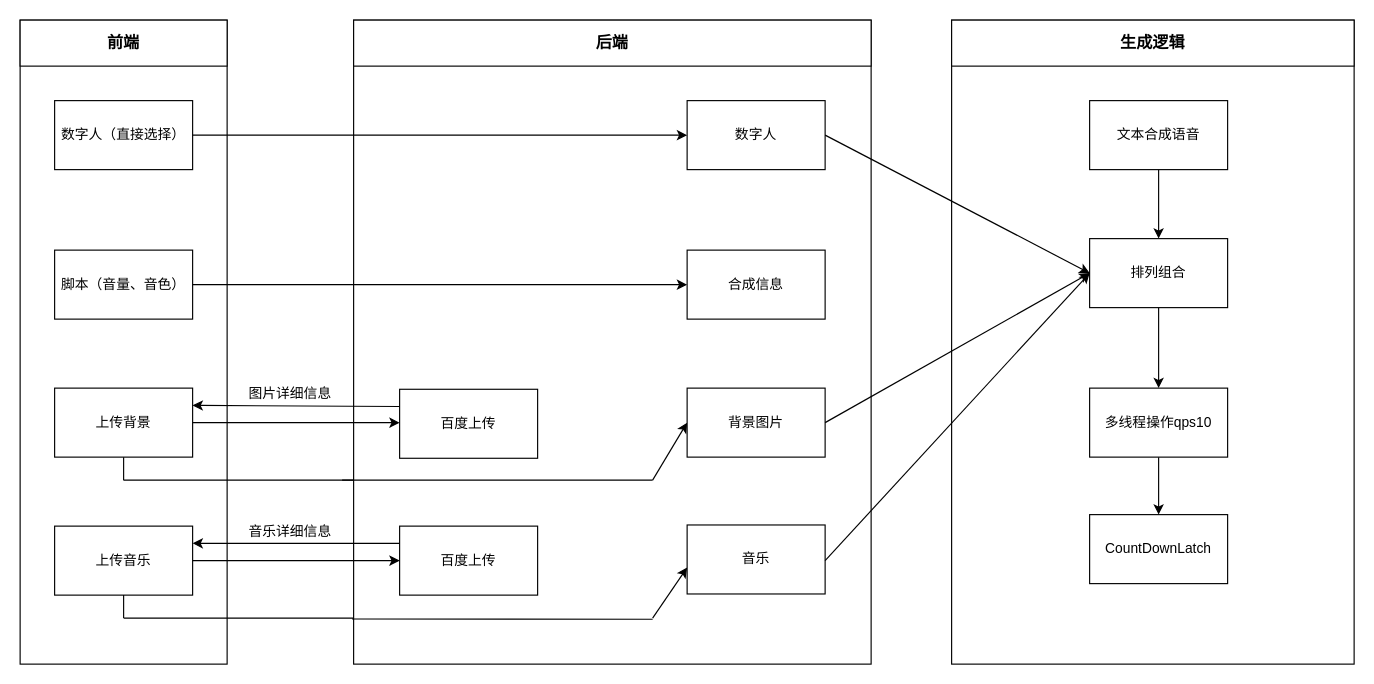
The draw.io diagram 数字人逻辑图.drawio in xccsoftware/bootStrap, before the edit. Source tidied: cells renumbered, new cells numbered last; positions are measured from the earlier drawing's top-left corner, leaving out a move shared by most shapes. Both pictures are drawn from the tidied source at 115%, with x=0, y=0 at pixel (20, 20).
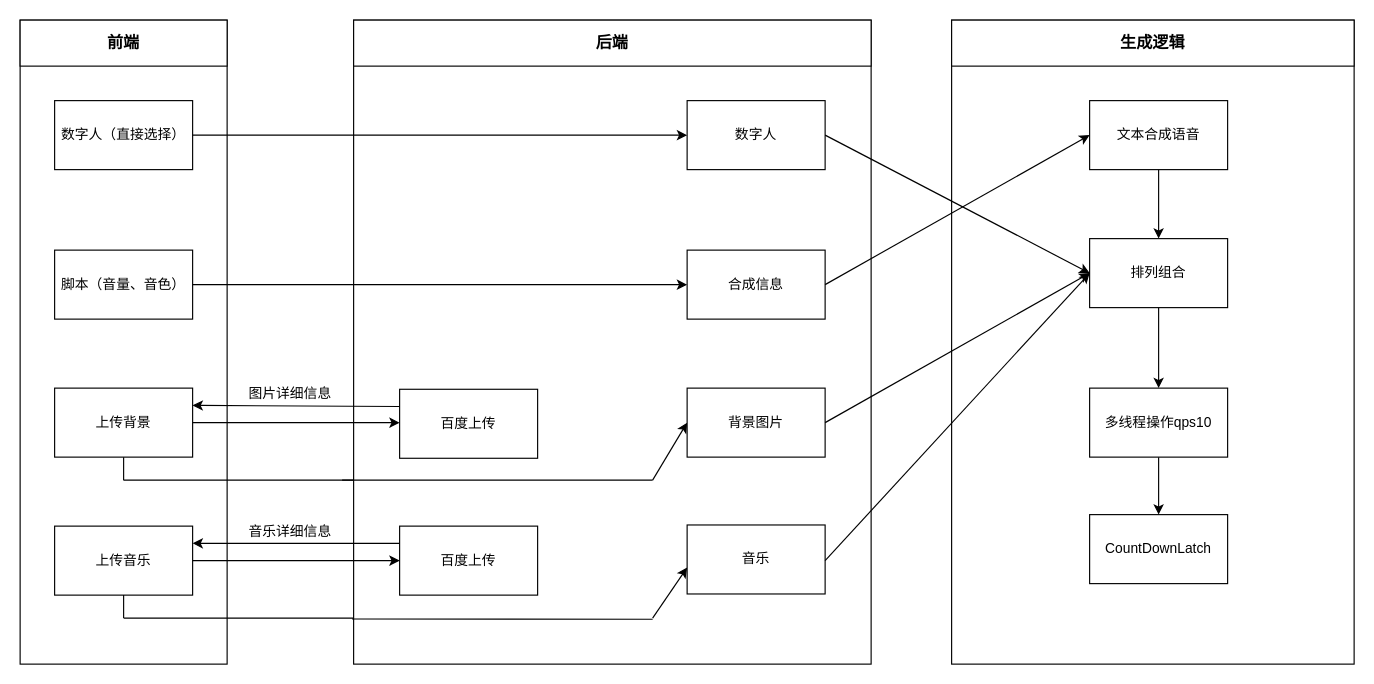
The same page after the edit.

Commit message:
更新数字人逻辑图.drawio

Unchanged cells that the change refers to:
```xml
<mxCell id="35" value="文本合成语音" style="rounded=0;whiteSpace=wrap;html=1;" parent="1" vertex="1">
  <mxGeometry x="930" y="70" width="120" height="60" as="geometry" />
</mxCell>
```

What changed in the source:
```diff
@@
+    <mxCell id="44" style="endArrow=classic;html=1;rounded=0;entryX=0;entryY=0.5;entryDx=0;entryDy=0;" parent="1" edge="1" target="35">
+      <mxGeometry relative="1" as="geometry">
+        <mxPoint x="700" y="230" as="sourcePoint" />
+      </mxGeometry>
+    </mxCell>
```
